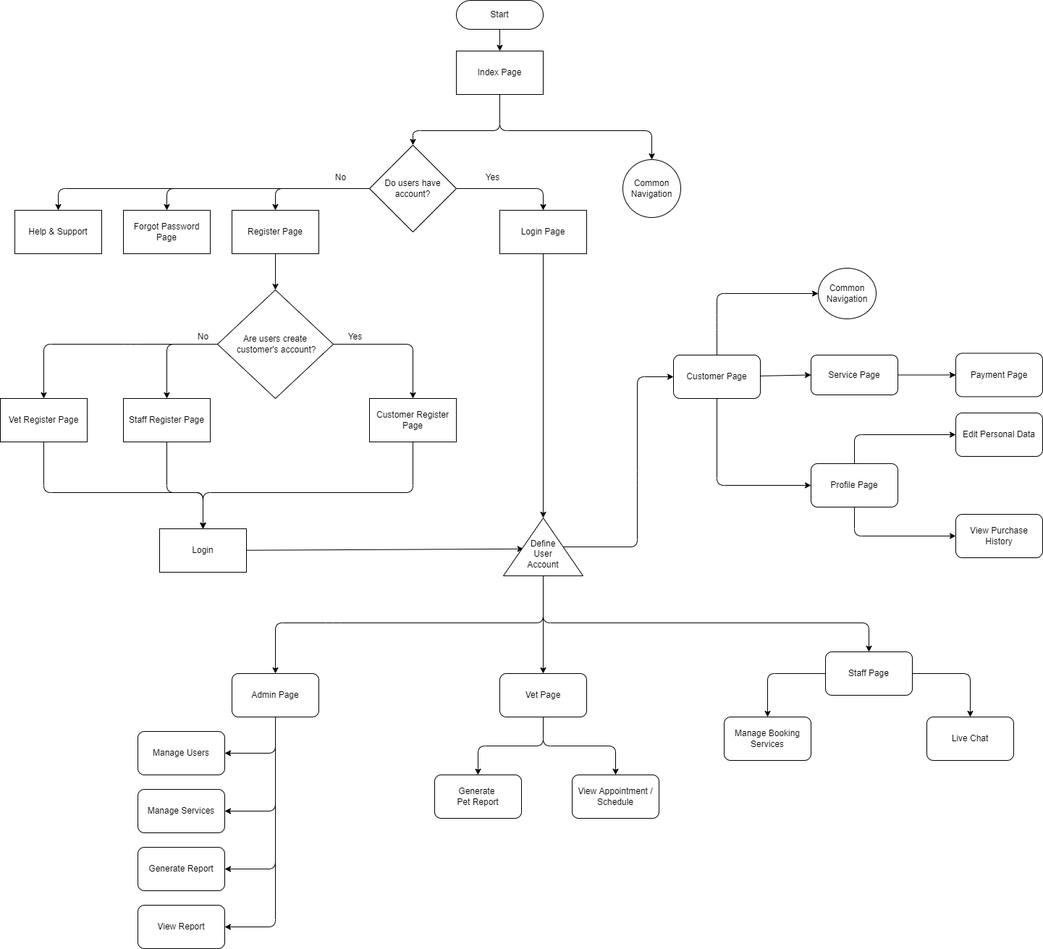
Earlier version of the draw.io export SDPflowchart.png (Kentcwk26/SDP). Source tidied: cells renumbered, new cells last; positions are measured from the earlier drawing's top-left corner, leaving out a move shared by most shapes. Its diagram source:
```xml
<mxGraphModel>
  <root>
    <mxCell id="0" />
    <mxCell id="1" parent="0" />
    <mxCell id="2" style="edgeStyle=none;html=1;" parent="1" edge="1" source="3" target="6">
      <mxGeometry relative="1" as="geometry" />
    </mxCell>
    <mxCell id="3" value="Start" style="rounded=1;whiteSpace=wrap;html=1;arcSize=50;" parent="1" vertex="1">
      <mxGeometry x="630" width="120" height="40" as="geometry" />
    </mxCell>
    <mxCell id="4" style="edgeStyle=none;html=1;" parent="1" edge="1" source="6" target="7">
      <mxGeometry relative="1" as="geometry">
        <Array as="points">
          <mxPoint x="690" y="180" />
          <mxPoint x="900" y="180" />
        </Array>
      </mxGeometry>
    </mxCell>
    <mxCell id="5" style="edgeStyle=none;html=1;" parent="1" edge="1" source="6" target="12">
      <mxGeometry relative="1" as="geometry">
        <Array as="points">
          <mxPoint x="690" y="180" />
          <mxPoint x="570" y="180" />
        </Array>
      </mxGeometry>
    </mxCell>
    <mxCell id="6" value="Index Page" style="whiteSpace=wrap;html=1;rounded=1;arcSize=0;" parent="1" vertex="1">
      <mxGeometry x="630" y="70" width="120" height="60" as="geometry" />
    </mxCell>
    <mxCell id="7" value="Common Navigation" style="ellipse;whiteSpace=wrap;html=1;rounded=1;arcSize=0;" parent="1" vertex="1">
      <mxGeometry x="860" y="220" width="80" height="80" as="geometry" />
    </mxCell>
    <mxCell id="8" style="edgeStyle=none;html=1;" parent="1" edge="1" source="12" target="13">
      <mxGeometry relative="1" as="geometry">
        <Array as="points">
          <mxPoint x="80" y="260" />
        </Array>
      </mxGeometry>
    </mxCell>
    <mxCell id="9" style="edgeStyle=none;html=1;" parent="1" edge="1" source="12" target="14">
      <mxGeometry relative="1" as="geometry">
        <Array as="points">
          <mxPoint x="230" y="260" />
        </Array>
      </mxGeometry>
    </mxCell>
    <mxCell id="10" style="edgeStyle=none;html=1;" parent="1" edge="1" source="12" target="16">
      <mxGeometry relative="1" as="geometry">
        <Array as="points">
          <mxPoint x="380" y="260" />
        </Array>
      </mxGeometry>
    </mxCell>
    <mxCell id="11" style="edgeStyle=none;html=1;" parent="1" edge="1" source="12" target="18">
      <mxGeometry relative="1" as="geometry">
        <Array as="points">
          <mxPoint x="750" y="260" />
        </Array>
      </mxGeometry>
    </mxCell>
    <mxCell id="12" value="Do users have account?" style="rhombus;whiteSpace=wrap;html=1;rounded=1;arcSize=0;" parent="1" vertex="1">
      <mxGeometry x="510" y="200" width="120" height="120" as="geometry" />
    </mxCell>
    <mxCell id="13" value="Help &amp;amp; Support" style="whiteSpace=wrap;html=1;rounded=1;arcSize=0;" parent="1" vertex="1">
      <mxGeometry x="20" y="290" width="120" height="60" as="geometry" />
    </mxCell>
    <mxCell id="14" value="Forgot Password Page" style="whiteSpace=wrap;html=1;rounded=1;arcSize=0;" parent="1" vertex="1">
      <mxGeometry x="170" y="290" width="120" height="60" as="geometry" />
    </mxCell>
    <mxCell id="15" style="edgeStyle=none;html=1;" parent="1" edge="1" source="16" target="24">
      <mxGeometry relative="1" as="geometry" />
    </mxCell>
    <mxCell id="16" value="Register Page" style="whiteSpace=wrap;html=1;rounded=1;arcSize=0;" parent="1" vertex="1">
      <mxGeometry x="320" y="290" width="120" height="60" as="geometry" />
    </mxCell>
    <mxCell id="17" style="edgeStyle=none;html=1;entryX=1;entryY=0.5;entryDx=0;entryDy=0;" parent="1" edge="1" source="18" target="36">
      <mxGeometry relative="1" as="geometry" />
    </mxCell>
    <mxCell id="18" value="Login Page" style="whiteSpace=wrap;html=1;rounded=1;arcSize=0;" parent="1" vertex="1">
      <mxGeometry x="690" y="290" width="120" height="60" as="geometry" />
    </mxCell>
    <mxCell id="19" value="Yes" style="text;html=1;align=center;verticalAlign=middle;strokeColor=none;fillColor=none;" parent="1" vertex="1">
      <mxGeometry x="660" y="230" width="40" height="30" as="geometry" />
    </mxCell>
    <mxCell id="20" value="No" style="text;html=1;align=center;verticalAlign=middle;strokeColor=none;fillColor=none;" parent="1" vertex="1">
      <mxGeometry x="450" y="230" width="40" height="30" as="geometry" />
    </mxCell>
    <mxCell id="21" style="edgeStyle=none;html=1;" parent="1" edge="1" source="24" target="26">
      <mxGeometry relative="1" as="geometry">
        <Array as="points">
          <mxPoint x="180" y="475" />
          <mxPoint x="60" y="475" />
        </Array>
      </mxGeometry>
    </mxCell>
    <mxCell id="22" style="edgeStyle=none;html=1;" parent="1" edge="1" source="24" target="28">
      <mxGeometry relative="1" as="geometry">
        <Array as="points">
          <mxPoint x="570" y="475" />
        </Array>
      </mxGeometry>
    </mxCell>
    <mxCell id="23" style="edgeStyle=none;html=1;" parent="1" edge="1" source="24" target="30">
      <mxGeometry relative="1" as="geometry">
        <Array as="points">
          <mxPoint x="230" y="475" />
        </Array>
      </mxGeometry>
    </mxCell>
    <mxCell id="24" value="Are users create&lt;br&gt;&amp;nbsp;customer's account?" style="rhombus;whiteSpace=wrap;html=1;rounded=1;arcSize=0;" parent="1" vertex="1">
      <mxGeometry x="300" y="400" width="160" height="150" as="geometry" />
    </mxCell>
    <mxCell id="25" style="edgeStyle=none;html=1;entryX=0.5;entryY=0;entryDx=0;entryDy=0;" parent="1" edge="1" source="26" target="34">
      <mxGeometry relative="1" as="geometry">
        <Array as="points">
          <mxPoint x="60" y="680" />
          <mxPoint x="280" y="680" />
        </Array>
      </mxGeometry>
    </mxCell>
    <mxCell id="26" value="Vet Register Page" style="whiteSpace=wrap;html=1;rounded=1;arcSize=0;" parent="1" vertex="1">
      <mxGeometry y="550" width="120" height="60" as="geometry" />
    </mxCell>
    <mxCell id="27" style="edgeStyle=none;html=1;entryX=0.5;entryY=0;entryDx=0;entryDy=0;" parent="1" edge="1" source="28" target="34">
      <mxGeometry relative="1" as="geometry">
        <Array as="points">
          <mxPoint x="570" y="680" />
          <mxPoint x="280" y="680" />
        </Array>
      </mxGeometry>
    </mxCell>
    <mxCell id="28" value="Customer Register Page" style="whiteSpace=wrap;html=1;rounded=1;arcSize=0;" parent="1" vertex="1">
      <mxGeometry x="510" y="550" width="120" height="60" as="geometry" />
    </mxCell>
    <mxCell id="29" style="edgeStyle=none;html=1;" parent="1" edge="1" source="30" target="34">
      <mxGeometry relative="1" as="geometry">
        <Array as="points">
          <mxPoint x="230" y="680" />
          <mxPoint x="280" y="680" />
        </Array>
      </mxGeometry>
    </mxCell>
    <mxCell id="30" value="Staff Register Page" style="whiteSpace=wrap;html=1;rounded=1;arcSize=0;" parent="1" vertex="1">
      <mxGeometry x="170" y="550" width="120" height="60" as="geometry" />
    </mxCell>
    <mxCell id="31" value="No" style="text;html=1;align=center;verticalAlign=middle;strokeColor=none;fillColor=none;" parent="1" vertex="1">
      <mxGeometry x="260" y="450" width="40" height="30" as="geometry" />
    </mxCell>
    <mxCell id="32" value="Yes" style="text;html=1;align=center;verticalAlign=middle;strokeColor=none;fillColor=none;" parent="1" vertex="1">
      <mxGeometry x="470" y="450" width="40" height="30" as="geometry" />
    </mxCell>
    <mxCell id="33" style="edgeStyle=none;html=1;entryX=0.465;entryY=0.253;entryDx=0;entryDy=0;entryPerimeter=0;" parent="1" edge="1" source="34" target="36">
      <mxGeometry relative="1" as="geometry" />
    </mxCell>
    <mxCell id="34" value="Login" style="rounded=0;whiteSpace=wrap;html=1;" parent="1" vertex="1">
      <mxGeometry x="220" y="730" width="120" height="60" as="geometry" />
    </mxCell>
    <mxCell id="35" style="edgeStyle=none;html=1;" parent="1" edge="1" source="36" target="56">
      <mxGeometry relative="1" as="geometry" />
    </mxCell>
    <mxCell id="36" style="triangle;whiteSpace=wrap;html=1;rotation=-90;" parent="1" vertex="1">
      <mxGeometry x="710" y="700" width="80" height="110" as="geometry" />
    </mxCell>
    <mxCell id="37" style="edgeStyle=none;html=1;" parent="1" edge="1" source="36" target="44">
      <mxGeometry relative="1" as="geometry">
        <Array as="points">
          <mxPoint x="880" y="755" />
          <mxPoint x="880" y="660" />
          <mxPoint x="880" y="520" />
        </Array>
      </mxGeometry>
    </mxCell>
    <mxCell id="38" style="edgeStyle=none;html=1;" parent="1" edge="1" target="52">
      <mxGeometry relative="1" as="geometry">
        <mxPoint x="750" y="795" as="sourcePoint" />
        <Array as="points">
          <mxPoint x="750" y="860" />
          <mxPoint x="460" y="860" />
          <mxPoint x="380" y="860" />
        </Array>
      </mxGeometry>
    </mxCell>
    <mxCell id="39" style="edgeStyle=none;html=1;entryX=0.5;entryY=0;entryDx=0;entryDy=0;exitX=0;exitY=0.5;exitDx=0;exitDy=0;" parent="1" edge="1" source="36" target="47">
      <mxGeometry relative="1" as="geometry">
        <Array as="points">
          <mxPoint x="750" y="860" />
          <mxPoint x="1200" y="860" />
        </Array>
      </mxGeometry>
    </mxCell>
    <mxCell id="40" value="Define User Account" style="text;strokeColor=none;align=center;fillColor=none;html=1;verticalAlign=middle;whiteSpace=wrap;rounded=0;" parent="1" vertex="1">
      <mxGeometry x="720" y="740" width="60" height="50" as="geometry" />
    </mxCell>
    <mxCell id="41" style="edgeStyle=none;html=1;" parent="1" edge="1" source="44" target="53">
      <mxGeometry relative="1" as="geometry">
        <Array as="points">
          <mxPoint x="990" y="445" />
          <mxPoint x="990" y="405" />
        </Array>
      </mxGeometry>
    </mxCell>
    <mxCell id="42" style="edgeStyle=none;html=1;entryX=0;entryY=0.5;entryDx=0;entryDy=0;" parent="1" edge="1" source="44" target="58">
      <mxGeometry relative="1" as="geometry" />
    </mxCell>
    <mxCell id="43" style="edgeStyle=none;html=1;" parent="1" edge="1" source="44" target="61">
      <mxGeometry relative="1" as="geometry">
        <Array as="points">
          <mxPoint x="990" y="670" />
        </Array>
      </mxGeometry>
    </mxCell>
    <mxCell id="44" value="Customer Page" style="rounded=1;whiteSpace=wrap;html=1;" parent="1" vertex="1">
      <mxGeometry x="930" y="490" width="120" height="60" as="geometry" />
    </mxCell>
    <mxCell id="45" style="edgeStyle=none;html=1;" parent="1" edge="1" source="47" target="65">
      <mxGeometry relative="1" as="geometry">
        <Array as="points">
          <mxPoint x="1340" y="930" />
        </Array>
      </mxGeometry>
    </mxCell>
    <mxCell id="46" style="edgeStyle=none;html=1;" parent="1" edge="1" source="47" target="66">
      <mxGeometry relative="1" as="geometry">
        <Array as="points">
          <mxPoint x="1060" y="930" />
        </Array>
      </mxGeometry>
    </mxCell>
    <mxCell id="47" value="Staff Page" style="rounded=1;whiteSpace=wrap;html=1;" parent="1" vertex="1">
      <mxGeometry x="1140" y="900" width="120" height="60" as="geometry" />
    </mxCell>
    <mxCell id="48" style="edgeStyle=none;html=1;" parent="1" edge="1" source="52" target="69">
      <mxGeometry relative="1" as="geometry">
        <Array as="points">
          <mxPoint x="380" y="1040" />
        </Array>
      </mxGeometry>
    </mxCell>
    <mxCell id="49" style="edgeStyle=none;html=1;" parent="1" edge="1" source="52" target="70">
      <mxGeometry relative="1" as="geometry">
        <Array as="points">
          <mxPoint x="380" y="1050" />
          <mxPoint x="380" y="1120" />
        </Array>
      </mxGeometry>
    </mxCell>
    <mxCell id="50" style="edgeStyle=none;html=1;" parent="1" edge="1" source="52" target="71">
      <mxGeometry relative="1" as="geometry">
        <Array as="points">
          <mxPoint x="380" y="1200" />
        </Array>
      </mxGeometry>
    </mxCell>
    <mxCell id="51" style="edgeStyle=none;html=1;" parent="1" edge="1" source="52" target="72">
      <mxGeometry relative="1" as="geometry">
        <Array as="points">
          <mxPoint x="380" y="1280" />
        </Array>
      </mxGeometry>
    </mxCell>
    <mxCell id="52" value="Admin Page" style="rounded=1;whiteSpace=wrap;html=1;" parent="1" vertex="1">
      <mxGeometry x="320" y="930" width="120" height="60" as="geometry" />
    </mxCell>
    <mxCell id="53" value="Common Navigation" style="ellipse;whiteSpace=wrap;html=1;rounded=1;" parent="1" vertex="1">
      <mxGeometry x="1130" y="370" width="80" height="70" as="geometry" />
    </mxCell>
    <mxCell id="54" style="edgeStyle=none;html=1;" parent="1" edge="1" source="56" target="67">
      <mxGeometry relative="1" as="geometry">
        <Array as="points">
          <mxPoint x="750" y="1030" />
          <mxPoint x="660" y="1030" />
        </Array>
      </mxGeometry>
    </mxCell>
    <mxCell id="55" style="edgeStyle=none;html=1;" parent="1" edge="1" source="56" target="68">
      <mxGeometry relative="1" as="geometry">
        <Array as="points">
          <mxPoint x="750" y="1030" />
          <mxPoint x="850" y="1030" />
        </Array>
      </mxGeometry>
    </mxCell>
    <mxCell id="56" value="Vet Page" style="rounded=1;whiteSpace=wrap;html=1;" parent="1" vertex="1">
      <mxGeometry x="690" y="930" width="120" height="60" as="geometry" />
    </mxCell>
    <mxCell id="57" style="edgeStyle=none;html=1;" parent="1" edge="1" source="58" target="62">
      <mxGeometry relative="1" as="geometry" />
    </mxCell>
    <mxCell id="58" value="Service Page" style="whiteSpace=wrap;html=1;rounded=1;" parent="1" vertex="1">
      <mxGeometry x="1120" y="490" width="120" height="55" as="geometry" />
    </mxCell>
    <mxCell id="59" style="edgeStyle=none;html=1;" parent="1" edge="1" source="61" target="63">
      <mxGeometry relative="1" as="geometry">
        <Array as="points">
          <mxPoint x="1180" y="600" />
        </Array>
      </mxGeometry>
    </mxCell>
    <mxCell id="60" style="edgeStyle=none;html=1;" parent="1" edge="1" source="61" target="64">
      <mxGeometry relative="1" as="geometry">
        <Array as="points">
          <mxPoint x="1180" y="740" />
        </Array>
      </mxGeometry>
    </mxCell>
    <mxCell id="61" value="Profile Page" style="rounded=1;whiteSpace=wrap;html=1;" parent="1" vertex="1">
      <mxGeometry x="1120" y="640" width="120" height="60" as="geometry" />
    </mxCell>
    <mxCell id="62" value="Payment Page" style="whiteSpace=wrap;html=1;rounded=1;" parent="1" vertex="1">
      <mxGeometry x="1320" y="487.5" width="120" height="60" as="geometry" />
    </mxCell>
    <mxCell id="63" value="Edit Personal Data" style="whiteSpace=wrap;html=1;rounded=1;" parent="1" vertex="1">
      <mxGeometry x="1320" y="570" width="120" height="60" as="geometry" />
    </mxCell>
    <mxCell id="64" value="View Purchase History" style="whiteSpace=wrap;html=1;rounded=1;" parent="1" vertex="1">
      <mxGeometry x="1320" y="710" width="120" height="60" as="geometry" />
    </mxCell>
    <mxCell id="65" value="Live Chat" style="whiteSpace=wrap;html=1;rounded=1;" parent="1" vertex="1">
      <mxGeometry x="1280" y="990" width="120" height="60" as="geometry" />
    </mxCell>
    <mxCell id="66" value="Manage Booking Services" style="whiteSpace=wrap;html=1;rounded=1;" parent="1" vertex="1">
      <mxGeometry x="1000" y="990" width="120" height="60" as="geometry" />
    </mxCell>
    <mxCell id="67" value="Generate &lt;br&gt;Pet Report" style="rounded=1;whiteSpace=wrap;html=1;" parent="1" vertex="1">
      <mxGeometry x="600" y="1070" width="120" height="60" as="geometry" />
    </mxCell>
    <mxCell id="68" value="View Appointment / Schedule" style="rounded=1;whiteSpace=wrap;html=1;" parent="1" vertex="1">
      <mxGeometry x="790" y="1070" width="120" height="60" as="geometry" />
    </mxCell>
    <mxCell id="69" value="Manage Users" style="rounded=1;whiteSpace=wrap;html=1;" parent="1" vertex="1">
      <mxGeometry x="190" y="1010" width="120" height="60" as="geometry" />
    </mxCell>
    <mxCell id="70" value="Manage Services" style="rounded=1;whiteSpace=wrap;html=1;" parent="1" vertex="1">
      <mxGeometry x="190" y="1090" width="120" height="60" as="geometry" />
    </mxCell>
    <mxCell id="71" value="Generate Report" style="rounded=1;whiteSpace=wrap;html=1;" parent="1" vertex="1">
      <mxGeometry x="190" y="1170" width="120" height="60" as="geometry" />
    </mxCell>
    <mxCell id="72" value="View Report" style="rounded=1;whiteSpace=wrap;html=1;" parent="1" vertex="1">
      <mxGeometry x="190" y="1250" width="120" height="60" as="geometry" />
    </mxCell>
  </root>
</mxGraphModel>
```
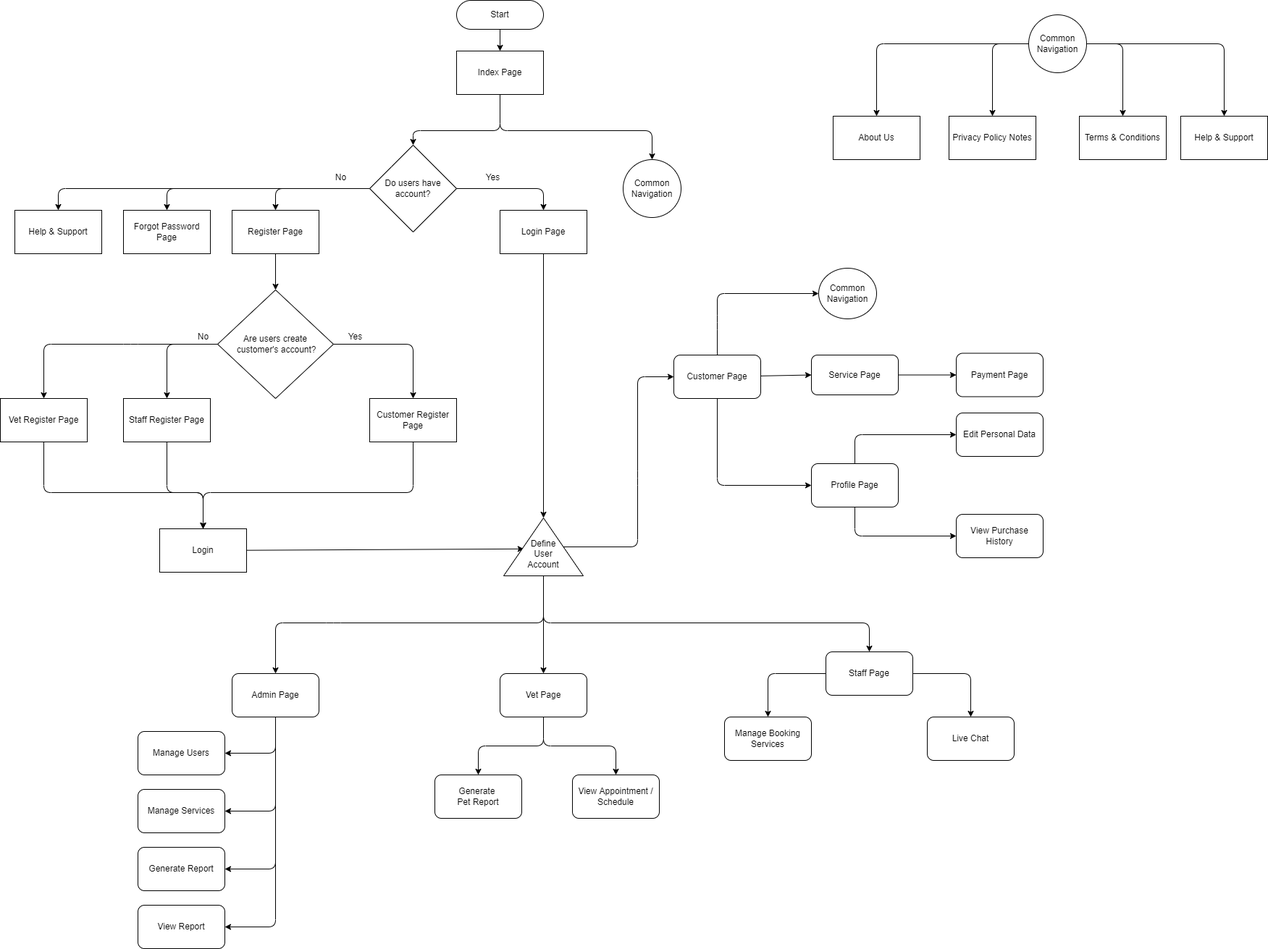
The same file after the commit.

Change to the diagram source:
```diff
@@ -339,5 +339,48 @@
     <mxCell id="72" value="View Report" style="rounded=1;whiteSpace=wrap;html=1;" parent="1" vertex="1">
       <mxGeometry x="190" y="1250" width="120" height="60" as="geometry" />
     </mxCell>
+    <mxCell id="73" style="edgeStyle=none;html=1;" parent="1" edge="1" source="77" target="78">
+      <mxGeometry relative="1" as="geometry">
+        <Array as="points">
+          <mxPoint x="1210" y="60" />
+        </Array>
+      </mxGeometry>
+    </mxCell>
+    <mxCell id="74" style="edgeStyle=none;html=1;" parent="1" edge="1" source="77" target="79">
+      <mxGeometry relative="1" as="geometry">
+        <Array as="points">
+          <mxPoint x="1370" y="60" />
+        </Array>
+      </mxGeometry>
+    </mxCell>
+    <mxCell id="75" style="edgeStyle=none;html=1;" parent="1" edge="1" source="77" target="80">
+      <mxGeometry relative="1" as="geometry">
+        <Array as="points">
+          <mxPoint x="1550" y="60" />
+        </Array>
+      </mxGeometry>
+    </mxCell>
+    <mxCell id="76" style="edgeStyle=none;html=1;" parent="1" edge="1" source="77" target="81">
+      <mxGeometry relative="1" as="geometry">
+        <Array as="points">
+          <mxPoint x="1690" y="60" />
+        </Array>
+      </mxGeometry>
+    </mxCell>
+    <mxCell id="77" value="Common Navigation" style="ellipse;whiteSpace=wrap;html=1;rounded=1;arcSize=0;" parent="1" vertex="1">
+      <mxGeometry x="1420" y="20" width="80" height="80" as="geometry" />
+    </mxCell>
+    <mxCell id="78" value="About Us" style="whiteSpace=wrap;html=1;rounded=1;arcSize=0;" parent="1" vertex="1">
+      <mxGeometry x="1150" y="160" width="120" height="60" as="geometry" />
+    </mxCell>
+    <mxCell id="79" value="Privacy Policy Notes" style="whiteSpace=wrap;html=1;rounded=1;arcSize=0;" parent="1" vertex="1">
+      <mxGeometry x="1310" y="160" width="120" height="60" as="geometry" />
+    </mxCell>
+    <mxCell id="80" value="Terms &amp;amp; Conditions" style="whiteSpace=wrap;html=1;rounded=1;arcSize=0;" parent="1" vertex="1">
+      <mxGeometry x="1490" y="160" width="120" height="60" as="geometry" />
+    </mxCell>
+    <mxCell id="81" value="Help &amp;amp; Support" style="whiteSpace=wrap;html=1;rounded=1;arcSize=0;" parent="1" vertex="1">
+      <mxGeometry x="1630" y="160" width="120" height="60" as="geometry" />
+    </mxCell>
   </root>
 </mxGraphModel>
```
